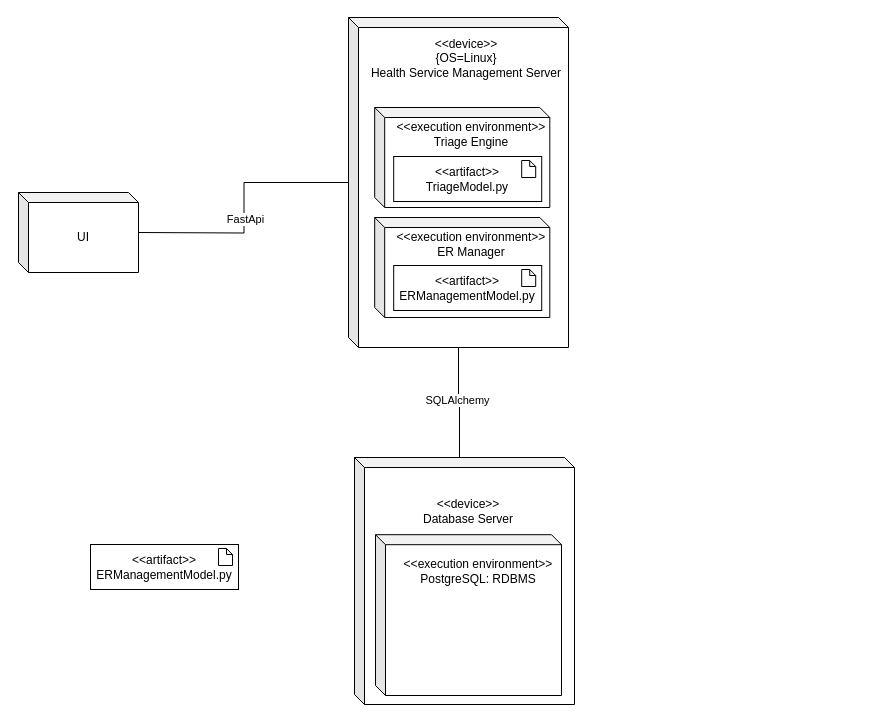
Before: HealthServiceDeployment.drawio in uvic-teach/project-m1-team8, a draw.io diagram. Source tidied: cells renumbered, new cells numbered last; positions are measured from the earlier drawing's top-left corner, leaving out a move shared by most shapes. Both pictures are drawn from the tidied source at 100%, with x=0, y=0 at pixel (18, 17).
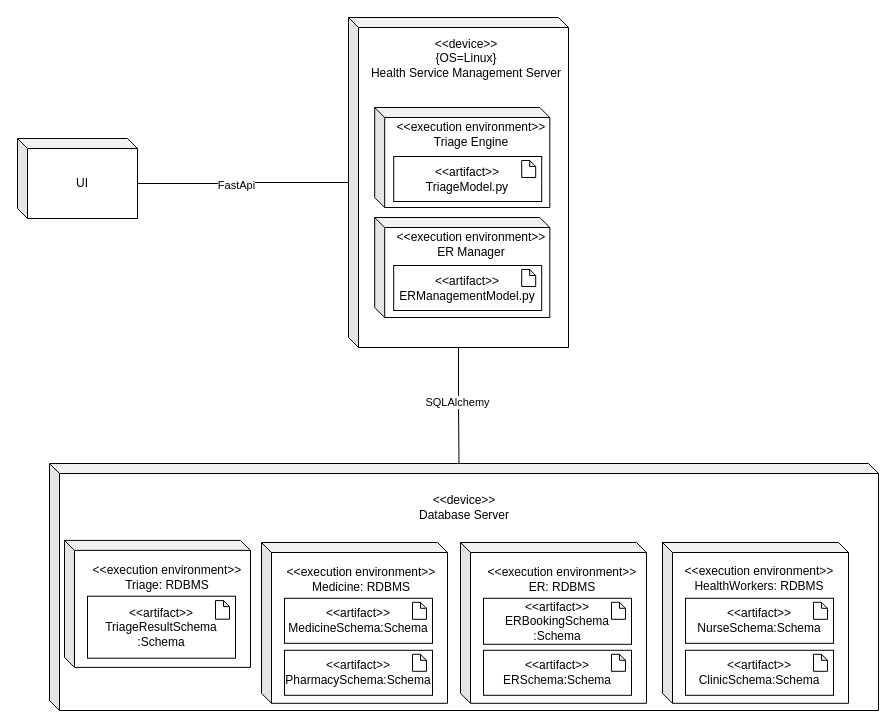
The same diagram, later.

Unchanged cells that the change refers to:
```xml
<mxCell id="3" style="shape=cube;whiteSpace=wrap;html=1;boundedLbl=1;backgroundOutline=1;darkOpacity=0.05;darkOpacity2=0.1;size=10;" parent="1" vertex="1">
  <mxGeometry x="330" width="220" height="330" as="geometry" />
</mxCell>
```

Change to the diagram source:
```diff
@@
     <mxCell id="2" value="UI" style="shape=cube;whiteSpace=wrap;html=1;boundedLbl=1;backgroundOutline=1;darkOpacity=0.05;darkOpacity2=0.1;size=10;" parent="1" vertex="1">
-      <mxGeometry y="175" width="120" height="80" as="geometry" />
+      <mxGeometry x="-1" y="121" width="120" height="80" as="geometry" />
     </mxCell>
@@
-    <mxCell id="4" style="edgeStyle=orthogonalEdgeStyle;rounded=0;jettySize=auto;html=1;entryX=0;entryY=0;entryDx=105;entryDy=0;entryPerimeter=0;endArrow=none;endFill=0;" parent="1" edge="1" source="3" target="9">
+    <mxCell id="4" style="edgeStyle=orthogonalEdgeStyle;rounded=0;jettySize=auto;html=1;entryX=0;entryY=0;entryDx=409.5;entryDy=0;entryPerimeter=0;endArrow=none;endFill=0;" parent="1" edge="1" source="3" target="9">
       <mxGeometry relative="1" as="geometry" />
     </mxCell>
@@
-    <mxCell id="8" style="group;" parent="1" vertex="1">
-      <mxGeometry x="336" y="440" width="220" height="247" as="geometry" />
-    </mxCell>
-    <mxCell id="9" style="shape=cube;whiteSpace=wrap;html=1;boundedLbl=1;backgroundOutline=1;darkOpacity=0.05;darkOpacity2=0.1;size=10;" parent="8" vertex="1">
-      <mxGeometry width="220" height="247" as="geometry" />
-    </mxCell>
-    <mxCell id="10" value="&lt;div&gt;&amp;lt;&amp;lt;device&amp;gt;&amp;gt;&lt;/div&gt;&lt;div&gt;Database Server&lt;/div&gt;" style="text;html=1;strokeColor=none;fillColor=none;align=center;verticalAlign=middle;whiteSpace=wrap;rounded=0;" parent="8" vertex="1">
-      <mxGeometry x="14" y="30.9" width="200" height="46.3" as="geometry" />
-    </mxCell>
-    <mxCell id="11" style="shape=cube;whiteSpace=wrap;html=1;boundedLbl=1;backgroundOutline=1;darkOpacity=0.05;darkOpacity2=0.1;size=10;" parent="8" vertex="1">
-      <mxGeometry x="21" y="77.2" width="186" height="160.8" as="geometry" />
-    </mxCell>
-    <mxCell id="12" value="&lt;div&gt;&amp;lt;&amp;lt;execution environment&amp;gt;&amp;gt;&lt;/div&gt;&lt;div&gt;PostgreSQL: RDBMS&lt;br&gt;&lt;/div&gt;" style="text;html=1;strokeColor=none;fillColor=none;align=center;verticalAlign=middle;whiteSpace=wrap;rounded=0;" parent="8" vertex="1">
-      <mxGeometry x="24" y="91" width="200" height="46.3" as="geometry" />
-    </mxCell>
-    <mxCell id="13" style="edgeStyle=orthogonalEdgeStyle;rounded=0;jettySize=auto;html=1;entryX=0;entryY=0;entryDx=120;entryDy=45;entryPerimeter=0;endArrow=none;endFill=0;" parent="1" edge="1" source="3">
-      <mxGeometry relative="1" as="geometry">
-        <mxPoint x="120" y="215" as="targetPoint" />
-      </mxGeometry>
+    <mxCell id="13" style="edgeStyle=orthogonalEdgeStyle;rounded=0;jettySize=auto;html=1;entryX=0;entryY=0;entryDx=119.99999999999999;entryDy=45;entryPerimeter=0;endArrow=none;endFill=0;" parent="1" edge="1" source="3" target="2">
+      <mxGeometry relative="1" as="geometry" />
     </mxCell>
@@
+    <mxCell id="29" style="group;" parent="1" vertex="1">
+      <mxGeometry x="31" y="446" width="829" height="247" as="geometry" />
+    </mxCell>
+    <mxCell id="9" style="shape=cube;whiteSpace=wrap;html=1;boundedLbl=1;backgroundOutline=1;darkOpacity=0.05;darkOpacity2=0.1;size=10;" parent="29" vertex="1">
+      <mxGeometry width="829" height="247" as="geometry" />
+    </mxCell>
+    <mxCell id="10" value="&lt;div&gt;&amp;lt;&amp;lt;device&amp;gt;&amp;gt;&lt;/div&gt;&lt;div&gt;Database Server&lt;/div&gt;" style="text;html=1;strokeColor=none;fillColor=none;align=center;verticalAlign=middle;whiteSpace=wrap;rounded=0;" parent="29" vertex="1">
+      <mxGeometry x="314.5" y="21" width="200" height="46.3" as="geometry" />
+    </mxCell>
+    <mxCell id="30" style="group;" parent="29" vertex="1">
+      <mxGeometry x="610" y="79" width="200" height="160.8" as="geometry" />
+    </mxCell>
+    <mxCell id="11" style="shape=cube;whiteSpace=wrap;html=1;boundedLbl=1;backgroundOutline=1;darkOpacity=0.05;darkOpacity2=0.1;size=10;" parent="30" vertex="1">
+      <mxGeometry x="3" width="186" height="160.8" as="geometry" />
+    </mxCell>
+    <mxCell id="12" value="&lt;div&gt;&amp;lt;&amp;lt;execution environment&amp;gt;&amp;gt;&lt;/div&gt;&lt;div&gt;HealthWorkers: RDBMS&lt;br&gt;&lt;/div&gt;" style="text;html=1;strokeColor=none;fillColor=none;align=center;verticalAlign=middle;whiteSpace=wrap;rounded=0;" parent="30" vertex="1">
+      <mxGeometry y="12.5" width="200" height="46.3" as="geometry" />
+    </mxCell>
+    <mxCell id="31" style="group;" parent="30" vertex="1">
+      <mxGeometry x="26" y="55.8" width="148" height="45" as="geometry" />
+    </mxCell>
-    <mxCell id="27" value="&lt;div&gt;&amp;lt;&amp;lt;artifact&amp;gt;&amp;gt;&lt;/div&gt;&lt;div&gt;ERManagementModel.py&lt;br&gt;&lt;/div&gt;" style="rounded=0;whiteSpace=wrap;html=1;" parent="1" vertex="1">
-      <mxGeometry x="72" y="527" width="148" height="45" as="geometry" />
+    <mxCell id="27" value="&lt;div&gt;&amp;lt;&amp;lt;artifact&amp;gt;&amp;gt;&lt;/div&gt;&lt;div&gt;NurseSchema:Schema&lt;br&gt;&lt;/div&gt;" style="rounded=0;whiteSpace=wrap;html=1;" parent="31" vertex="1">
+      <mxGeometry width="148" height="45" as="geometry" />
     </mxCell>
-    <mxCell id="28" style="shape=note;whiteSpace=wrap;html=1;backgroundOutline=1;darkOpacity=0.05;size=6;" parent="1" vertex="1">
-      <mxGeometry x="200" y="531" width="14" height="17" as="geometry" />
+    <mxCell id="28" style="shape=note;whiteSpace=wrap;html=1;backgroundOutline=1;darkOpacity=0.05;size=6;" parent="31" vertex="1">
+      <mxGeometry x="128" y="4" width="14" height="17" as="geometry" />
     </mxCell>
+    <mxCell id="32" style="group;" parent="30" vertex="1">
+      <mxGeometry x="26" y="107.8" width="148" height="45" as="geometry" />
+    </mxCell>
+    <mxCell id="33" style="group;" parent="32" vertex="1">
+      <mxGeometry width="148" height="45" as="geometry" />
+    </mxCell>
+    <mxCell id="34" value="&lt;div&gt;&amp;lt;&amp;lt;artifact&amp;gt;&amp;gt;&lt;/div&gt;&lt;div&gt;ClinicSchema:Schema&lt;br&gt;&lt;/div&gt;" style="rounded=0;whiteSpace=wrap;html=1;" parent="33" vertex="1">
+      <mxGeometry width="148" height="45" as="geometry" />
+    </mxCell>
+    <mxCell id="35" style="shape=note;whiteSpace=wrap;html=1;backgroundOutline=1;darkOpacity=0.05;size=6;" parent="33" vertex="1">
+      <mxGeometry x="128" y="4" width="14" height="17" as="geometry" />
+    </mxCell>
+    <mxCell id="36" style="group;" parent="30" vertex="1">
+      <mxGeometry x="-200" width="203" height="160.8" as="geometry" />
+    </mxCell>
+    <mxCell id="37" style="shape=cube;whiteSpace=wrap;html=1;boundedLbl=1;backgroundOutline=1;darkOpacity=0.05;darkOpacity2=0.1;size=10;" parent="36" vertex="1">
+      <mxGeometry x="1" width="186" height="160.8" as="geometry" />
+    </mxCell>
+    <mxCell id="38" value="&lt;div&gt;&amp;lt;&amp;lt;execution environment&amp;gt;&amp;gt;&lt;/div&gt;&lt;div&gt;ER: RDBMS&lt;br&gt;&lt;/div&gt;" style="text;html=1;strokeColor=none;fillColor=none;align=center;verticalAlign=middle;whiteSpace=wrap;rounded=0;" parent="36" vertex="1">
+      <mxGeometry x="3" y="13.8" width="200" height="46.3" as="geometry" />
+    </mxCell>
+    <mxCell id="39" style="group;" parent="36" vertex="1">
+      <mxGeometry x="24" y="55.8" width="148" height="46" as="geometry" />
+    </mxCell>
+    <mxCell id="40" value="&lt;div&gt;&amp;lt;&amp;lt;artifact&amp;gt;&amp;gt;&lt;/div&gt;&lt;div&gt;ERBookingSchema&lt;/div&gt;&lt;div&gt;:Schema&lt;br&gt;&lt;/div&gt;" style="rounded=0;whiteSpace=wrap;html=1;" parent="39" vertex="1">
+      <mxGeometry width="148" height="46" as="geometry" />
+    </mxCell>
+    <mxCell id="41" style="shape=note;whiteSpace=wrap;html=1;backgroundOutline=1;darkOpacity=0.05;size=6;" parent="39" vertex="1">
+      <mxGeometry x="128" y="4" width="14" height="17" as="geometry" />
+    </mxCell>
+    <mxCell id="42" style="group;" parent="36" vertex="1">
+      <mxGeometry x="24" y="107.8" width="148" height="45" as="geometry" />
+    </mxCell>
+    <mxCell id="43" style="group;" parent="42" vertex="1">
+      <mxGeometry width="148" height="45" as="geometry" />
+    </mxCell>
+    <mxCell id="44" value="&lt;div&gt;&amp;lt;&amp;lt;artifact&amp;gt;&amp;gt;&lt;/div&gt;&lt;div&gt;ERSchema:Schema&lt;br&gt;&lt;/div&gt;" style="rounded=0;whiteSpace=wrap;html=1;" parent="43" vertex="1">
+      <mxGeometry width="148" height="45" as="geometry" />
+    </mxCell>
+    <mxCell id="45" style="shape=note;whiteSpace=wrap;html=1;backgroundOutline=1;darkOpacity=0.05;size=6;" parent="43" vertex="1">
+      <mxGeometry x="128" y="4" width="14" height="17" as="geometry" />
+    </mxCell>
+    <mxCell id="46" style="group;" parent="36" vertex="1">
+      <mxGeometry x="-203" width="203" height="160.8" as="geometry" />
+    </mxCell>
+    <mxCell id="47" style="shape=cube;whiteSpace=wrap;html=1;boundedLbl=1;backgroundOutline=1;darkOpacity=0.05;darkOpacity2=0.1;size=10;" parent="46" vertex="1">
+      <mxGeometry x="5" width="186" height="160.8" as="geometry" />
+    </mxCell>
+    <mxCell id="48" value="&lt;div&gt;&amp;lt;&amp;lt;execution environment&amp;gt;&amp;gt;&lt;/div&gt;&lt;div&gt;Medicine: RDBMS&lt;br&gt;&lt;/div&gt;" style="text;html=1;strokeColor=none;fillColor=none;align=center;verticalAlign=middle;whiteSpace=wrap;rounded=0;" parent="46" vertex="1">
+      <mxGeometry x="5" y="13.8" width="200" height="46.3" as="geometry" />
+    </mxCell>
+    <mxCell id="49" style="group;" parent="46" vertex="1">
+      <mxGeometry x="28" y="55.8" width="148" height="45" as="geometry" />
+    </mxCell>
+    <mxCell id="50" value="&lt;div&gt;&amp;lt;&amp;lt;artifact&amp;gt;&amp;gt;&lt;/div&gt;&lt;div&gt;MedicineSchema:Schema&lt;br&gt;&lt;/div&gt;" style="rounded=0;whiteSpace=wrap;html=1;" parent="49" vertex="1">
+      <mxGeometry width="148" height="45" as="geometry" />
+    </mxCell>
+    <mxCell id="51" style="shape=note;whiteSpace=wrap;html=1;backgroundOutline=1;darkOpacity=0.05;size=6;" parent="49" vertex="1">
+      <mxGeometry x="128" y="4" width="14" height="17" as="geometry" />
+    </mxCell>
+    <mxCell id="52" style="group;" parent="46" vertex="1">
+      <mxGeometry x="28" y="107.8" width="148" height="45" as="geometry" />
+    </mxCell>
+    <mxCell id="53" style="group;" parent="52" vertex="1">
+      <mxGeometry width="148" height="45" as="geometry" />
+    </mxCell>
+    <mxCell id="54" value="&lt;div&gt;&amp;lt;&amp;lt;artifact&amp;gt;&amp;gt;&lt;/div&gt;&lt;div&gt;PharmacySchema:Schema&lt;br&gt;&lt;/div&gt;" style="rounded=0;whiteSpace=wrap;html=1;" parent="53" vertex="1">
+      <mxGeometry width="148" height="45" as="geometry" />
+    </mxCell>
+    <mxCell id="55" style="shape=note;whiteSpace=wrap;html=1;backgroundOutline=1;darkOpacity=0.05;size=6;" parent="53" vertex="1">
+      <mxGeometry x="128" y="4" width="14" height="17" as="geometry" />
+    </mxCell>
+    <mxCell id="56" style="group;" parent="46" vertex="1">
+      <mxGeometry x="-192" y="-2.1" width="203" height="160.8" as="geometry" />
+    </mxCell>
+    <mxCell id="57" style="shape=cube;whiteSpace=wrap;html=1;boundedLbl=1;backgroundOutline=1;darkOpacity=0.05;darkOpacity2=0.1;size=10;" parent="56" vertex="1">
+      <mxGeometry width="186" height="127" as="geometry" />
+    </mxCell>
+    <mxCell id="58" value="&lt;div&gt;&amp;lt;&amp;lt;execution environment&amp;gt;&amp;gt;&lt;/div&gt;&lt;div&gt;Triage: RDBMS&lt;br&gt;&lt;/div&gt;" style="text;html=1;strokeColor=none;fillColor=none;align=center;verticalAlign=middle;whiteSpace=wrap;rounded=0;" parent="56" vertex="1">
+      <mxGeometry x="3" y="13.8" width="200" height="46.3" as="geometry" />
+    </mxCell>
+    <mxCell id="59" style="group;" parent="56" vertex="1">
+      <mxGeometry x="23" y="55.8" width="148" height="62" as="geometry" />
+    </mxCell>
+    <mxCell id="60" value="&lt;div&gt;&amp;lt;&amp;lt;artifact&amp;gt;&amp;gt;&lt;/div&gt;&lt;div&gt;TriageResultSchema&lt;/div&gt;&lt;div&gt;:Schema&lt;br&gt;&lt;/div&gt;" style="rounded=0;whiteSpace=wrap;html=1;" parent="59" vertex="1">
+      <mxGeometry width="148" height="62" as="geometry" />
+    </mxCell>
+    <mxCell id="61" style="shape=note;whiteSpace=wrap;html=1;backgroundOutline=1;darkOpacity=0.05;size=6;" parent="59" vertex="1">
+      <mxGeometry x="128" y="4.4" width="14" height="18.6" as="geometry" />
+    </mxCell>
+    <mxCell id="62" style="group;" parent="56" vertex="1">
+      <mxGeometry x="23" y="107.8" width="148" height="45" as="geometry" />
+    </mxCell>
```
